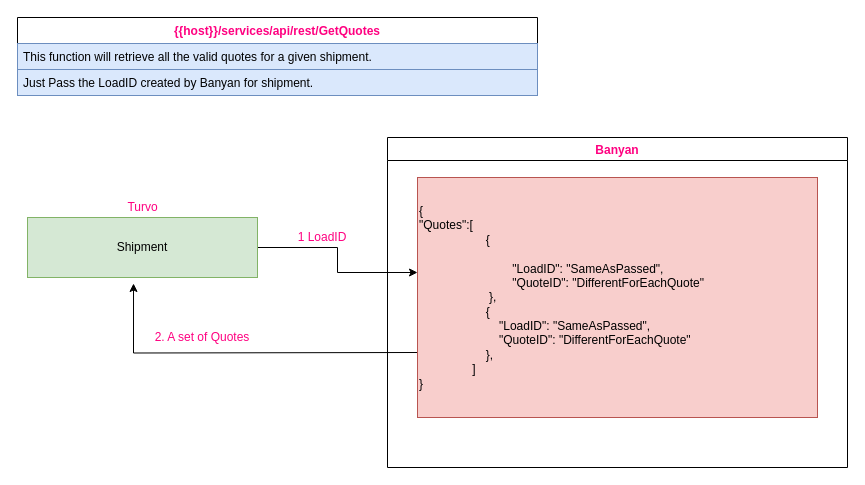
Before: page "02 /services/api/rest/GetQuotes" (2 of 4) of Rating.drawio in jatinbansalprogrammer/Banyan, a draw.io diagram. Source tidied: cells renumbered, new cells numbered last; positions are measured from the earlier drawing's top-left corner, leaving out a move shared by most shapes. Both pictures are drawn from the tidied source at 100%, with x=0, y=0 at pixel (17, 17).
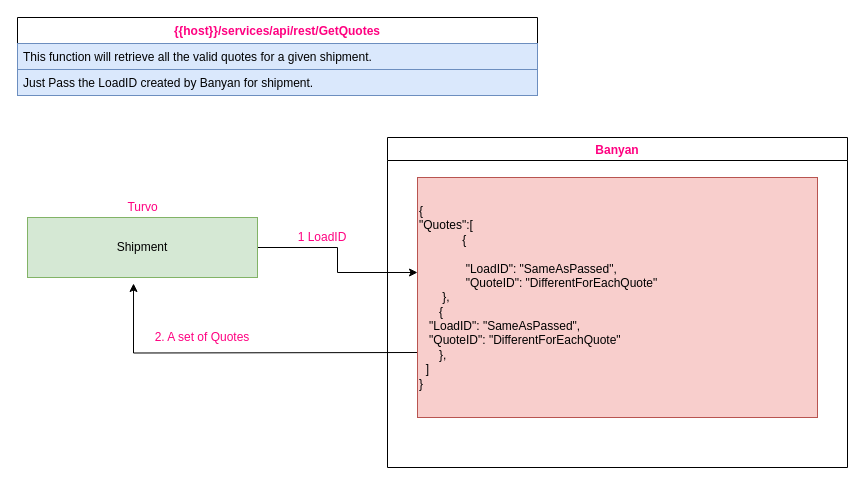
Above is the later version.

What changed in the source:
```diff
@@
-    <mxCell id="12" value="{&lt;br&gt;&lt;span&gt;&#9;&lt;/span&gt;&quot;Quotes&quot;:[&lt;br&gt;&lt;blockquote style=&quot;margin: 0 0 0 40px ; border: none ; padding: 0px&quot;&gt;&lt;span&gt;&lt;span style=&quot;white-space: pre&quot;&gt;&#9;&lt;/span&gt;{&lt;span&gt;&#9;&lt;/span&gt;&lt;/span&gt;&lt;/blockquote&gt;&lt;blockquote style=&quot;margin: 0 0 0 40px ; border: none ; padding: 0px&quot;&gt;&lt;span&gt;&lt;br/&gt;&lt;/span&gt;&lt;span&gt;&#9;&lt;/span&gt;&lt;span&gt;&#9;&lt;/span&gt;&lt;span&gt;&#9;&lt;/span&gt;&lt;span style=&quot;white-space: pre&quot;&gt;&#9;&lt;/span&gt;&lt;span style=&quot;white-space: pre&quot;&gt;&#9;&lt;/span&gt;&quot;LoadID&quot;: &quot;SameAsPassed&quot;,&lt;br&gt;&lt;span&gt;&lt;span style=&quot;white-space: pre&quot;&gt;&#9;&lt;/span&gt;&lt;span style=&quot;white-space: pre&quot;&gt;&#9;&lt;/span&gt;&quot;&lt;/span&gt;QuoteID&quot;: &quot;DifferentForEachQuote&quot;&lt;/blockquote&gt;&lt;span&gt;&#9;&lt;/span&gt;&lt;span&gt;&#9;&lt;/span&gt;&lt;span style=&quot;white-space: pre&quot;&gt;&#9;&lt;/span&gt;&lt;span style=&quot;white-space: pre&quot;&gt;&#9;&amp;nbsp;&lt;/span&gt;&amp;nbsp; &amp;nbsp; },&lt;br&gt;&lt;span&gt;&#9;&lt;/span&gt;&lt;span&gt;&#9;&lt;/span&gt;&lt;span style=&quot;white-space: pre&quot;&gt;&lt;span style=&quot;white-space: pre&quot;&gt;&#9;&lt;/span&gt;&lt;span style=&quot;white-space: pre&quot;&gt;&#9;&lt;/span&gt;    {&#9;&lt;br/&gt;&lt;/span&gt;&lt;span style=&quot;white-space: pre&quot;&gt;&#9;&lt;/span&gt;&lt;span style=&quot;white-space: pre&quot;&gt;&#9;&lt;/span&gt;&lt;span style=&quot;white-space: pre&quot;&gt;&#9;&lt;/span&gt;&quot;LoadID&quot;: &quot;SameAsPassed&quot;,&lt;br&gt;&lt;span style=&quot;white-space: pre&quot;&gt;&#9;&lt;/span&gt;&lt;span style=&quot;white-space: pre&quot;&gt;&#9;&lt;span&gt;&#9;&lt;/span&gt;&quot;&lt;/span&gt;QuoteID&quot;: &quot;DifferentForEachQuote&quot;&lt;br&gt;&lt;span style=&quot;white-space: pre&quot;&gt;&#9;&lt;/span&gt;&lt;span style=&quot;white-space: pre&quot;&gt;&#9;&lt;/span&gt;&amp;nbsp; &amp;nbsp; },&lt;br&gt;&lt;span&gt;&#9;&lt;/span&gt;&lt;span style=&quot;white-space: pre&quot;&gt;&#9;&lt;/span&gt;&lt;span style=&quot;white-space: pre&quot;&gt;&#9;&lt;/span&gt;]&lt;br&gt;}" style="rounded=0;whiteSpace=wrap;html=1;fillColor=#f8cecc;strokeColor=#b85450;align=left;" parent="1" vertex="1">
+    <mxCell id="12" value="{&lt;br&gt;&lt;span&gt; &lt;/span&gt;&quot;Quotes&quot;:[&lt;br&gt;&lt;blockquote style=&quot;margin: 0 0 0 40px ; border: none ; padding: 0px&quot;&gt;&lt;span&gt;&lt;span style=&quot;white-space: pre&quot;&gt; &lt;/span&gt;{&lt;span&gt; &lt;/span&gt;&lt;/span&gt;&lt;/blockquote&gt;&lt;blockquote style=&quot;margin: 0 0 0 40px ; border: none ; padding: 0px&quot;&gt;&lt;span&gt;&lt;br/&gt;&lt;/span&gt;&lt;span&gt; &lt;/span&gt;&lt;span&gt; &lt;/span&gt;&lt;span&gt; &lt;/span&gt;&lt;span style=&quot;white-space: pre&quot;&gt; &lt;/span&gt;&lt;span style=&quot;white-space: pre&quot;&gt; &lt;/span&gt;&quot;LoadID&quot;: &quot;SameAsPassed&quot;,&lt;br&gt;&lt;span&gt;&lt;span style=&quot;white-space: pre&quot;&gt; &lt;/span&gt;&lt;span style=&quot;white-space: pre&quot;&gt; &lt;/span&gt;&quot;&lt;/span&gt;QuoteID&quot;: &quot;DifferentForEachQuote&quot;&lt;/blockquote&gt;&lt;span&gt; &lt;/span&gt;&lt;span&gt; &lt;/span&gt;&lt;span style=&quot;white-space: pre&quot;&gt; &lt;/span&gt;&lt;span style=&quot;white-space: pre&quot;&gt; &amp;nbsp;&lt;/span&gt;&amp;nbsp; &amp;nbsp; },&lt;br&gt;&lt;span&gt; &lt;/span&gt;&lt;span&gt; &lt;/span&gt;&lt;span style=&quot;white-space: pre&quot;&gt;&lt;span style=&quot;white-space: pre&quot;&gt; &lt;/span&gt;&lt;span style=&quot;white-space: pre&quot;&gt; &lt;/span&gt;    { &lt;br/&gt;&lt;/span&gt;&lt;span style=&quot;white-space: pre&quot;&gt; &lt;/span&gt;&lt;span style=&quot;white-space: pre&quot;&gt; &lt;/span&gt;&lt;span style=&quot;white-space: pre&quot;&gt; &lt;/span&gt;&quot;LoadID&quot;: &quot;SameAsPassed&quot;,&lt;br&gt;&lt;span style=&quot;white-space: pre&quot;&gt; &lt;/span&gt;&lt;span style=&quot;white-space: pre&quot;&gt; &lt;span&gt; &lt;/span&gt;&quot;&lt;/span&gt;QuoteID&quot;: &quot;DifferentForEachQuote&quot;&lt;br&gt;&lt;span style=&quot;white-space: pre&quot;&gt; &lt;/span&gt;&lt;span style=&quot;white-space: pre&quot;&gt; &lt;/span&gt;&amp;nbsp; &amp;nbsp; },&lt;br&gt;&lt;span&gt; &lt;/span&gt;&lt;span style=&quot;white-space: pre&quot;&gt; &lt;/span&gt;&lt;span style=&quot;white-space: pre&quot;&gt; &lt;/span&gt;]&lt;br&gt;}" style="rounded=0;whiteSpace=wrap;html=1;fillColor=#f8cecc;strokeColor=#b85450;align=left;" parent="1" vertex="1">
       <mxGeometry x="400" y="160" width="400" height="240" as="geometry" />
     </mxCell>
```
